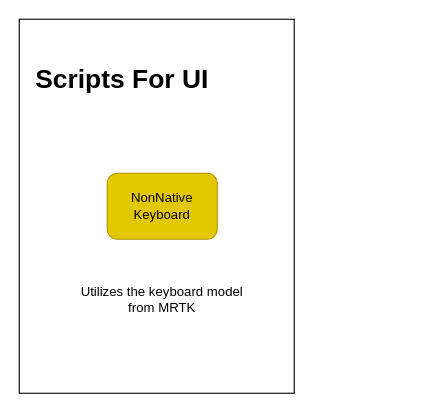
The draw.io diagram sample2.drawio in Gear-dev-sudo/My-Unity-VR-Integration-Modules-, before the edit. Source tidied: cells renumbered, new cells numbered last; positions are measured from the earlier drawing's top-left corner, leaving out a move shared by most shapes. Both pictures are drawn from the tidied source at 110%, with x=0, y=0 at pixel (19, 19).
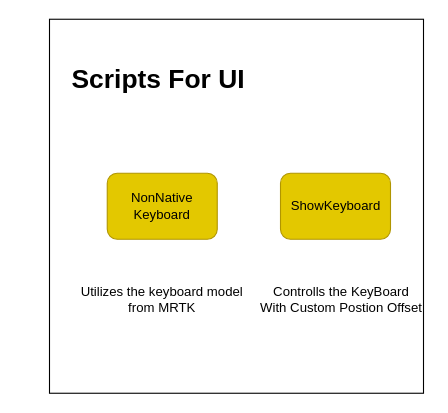
The same diagram, later.

Commit message (it also covers changes not shown here):
Updated Inheritance diagram

Change to the diagram source:
```diff
@@
 <mxGraphModel>
   <root>
     <mxCell id="0" />
     <mxCell id="1" parent="0" />
-    <mxCell id="2" style="rounded=0;whiteSpace=wrap;html=1;glass=0;fillStyle=solid;strokeColor=default;fillColor=default;gradientColor=none;gradientDirection=north;" parent="1" vertex="1">
-      <mxGeometry width="250" height="340" as="geometry" />
-    </mxCell>
+    <mxCell id="6" style="rounded=0;whiteSpace=wrap;html=1;glass=0;fillStyle=solid;strokeColor=default;fillColor=default;gradientColor=none;gradientDirection=north;" parent="1" vertex="1">
+      <mxGeometry x="27.5" width="340" height="340" as="geometry" />
+    </mxCell>
     <mxCell id="3" value="&lt;h1&gt;Scripts For UI&lt;/h1&gt;&lt;div&gt;&lt;br&gt;&lt;/div&gt;" style="text;html=1;strokeColor=none;fillColor=none;spacing=5;spacingTop=-20;whiteSpace=wrap;overflow=hidden;rounded=0;glass=0;fillStyle=solid;" parent="1" vertex="1">
-      <mxGeometry x="10" y="35" width="240" height="75" as="geometry" />
+      <mxGeometry x="42.5" y="35" width="240" height="75" as="geometry" />
     </mxCell>
     <mxCell id="4" value="NonNative&lt;br&gt;Keyboard" style="rounded=1;whiteSpace=wrap;html=1;glass=0;fillStyle=solid;strokeColor=#B09500;fillColor=#e3c800;gradientDirection=north;fontColor=#000000;" parent="1" vertex="1">
       <mxGeometry x="80" y="140" width="100" height="60" as="geometry" />
     </mxCell>
     <mxCell id="5" value="Utilizes the keyboard model from MRTK" style="text;html=1;strokeColor=none;fillColor=none;align=center;verticalAlign=middle;whiteSpace=wrap;rounded=0;" parent="1" vertex="1">
       <mxGeometry x="50" y="230" width="160" height="50" as="geometry" />
     </mxCell>
+    <mxCell id="7" value="ShowKeyboard" style="rounded=1;whiteSpace=wrap;html=1;glass=0;fillStyle=solid;strokeColor=#B09500;fillColor=#e3c800;gradientDirection=north;fontColor=#000000;" parent="1" vertex="1">
+      <mxGeometry x="237.5" y="140" width="100" height="60" as="geometry" />
+    </mxCell>
+    <mxCell id="8" value="Controlls the KeyBoard&lt;br&gt;With Custom Postion Offset" style="text;html=1;strokeColor=none;fillColor=none;align=center;verticalAlign=middle;whiteSpace=wrap;rounded=0;" parent="1" vertex="1">
+      <mxGeometry x="212.5" y="230" width="160" height="50" as="geometry" />
+    </mxCell>
   </root>
 </mxGraphModel>
```
